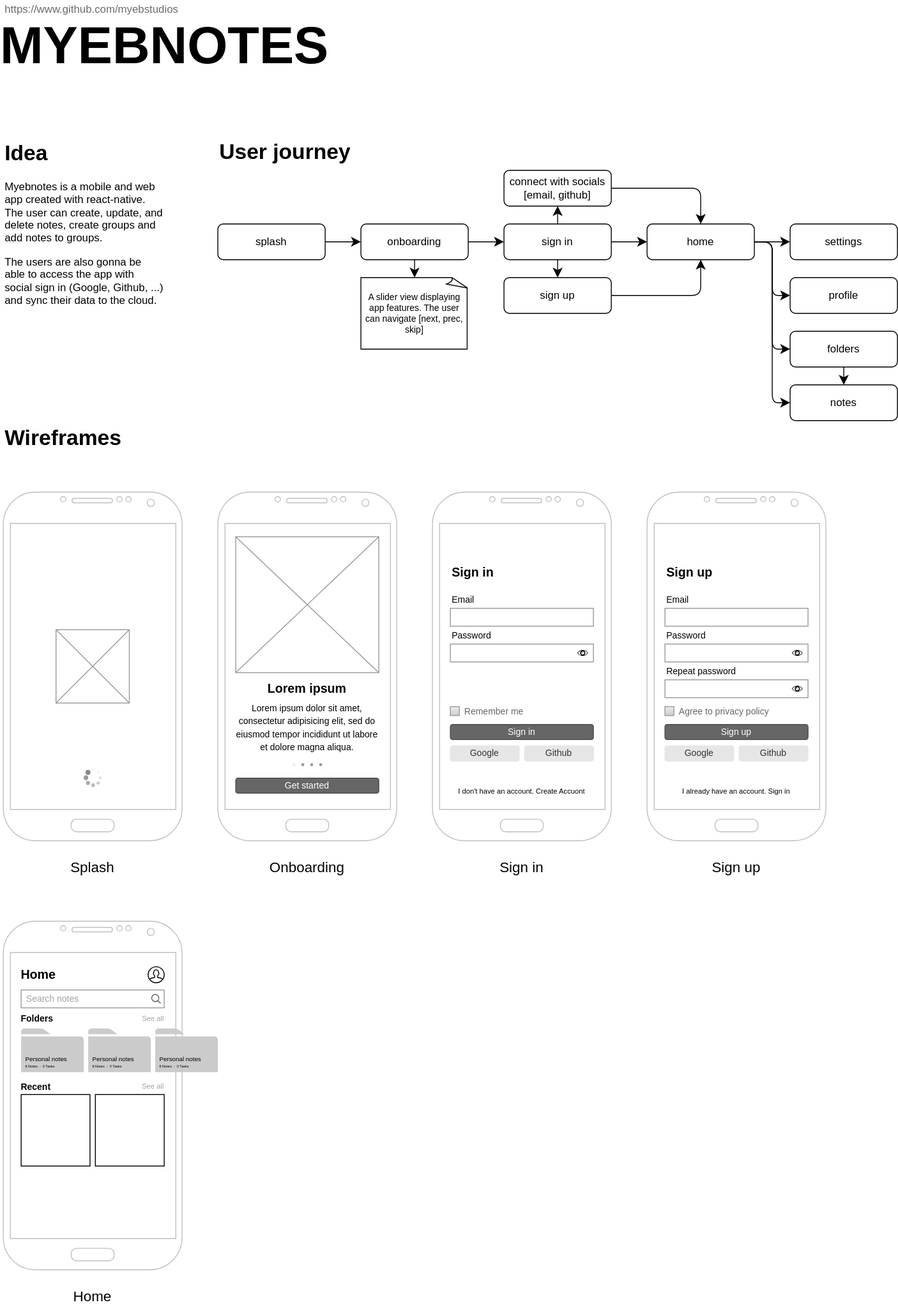
myebstudios/myebnotes keeps this draw.io diagram as docs/diagrams/concept.svg. Above is the earlier version. Source tidied: cells renumbered, new cells last; positions are measured from the earlier drawing's top-left corner, leaving out a move shared by most shapes.
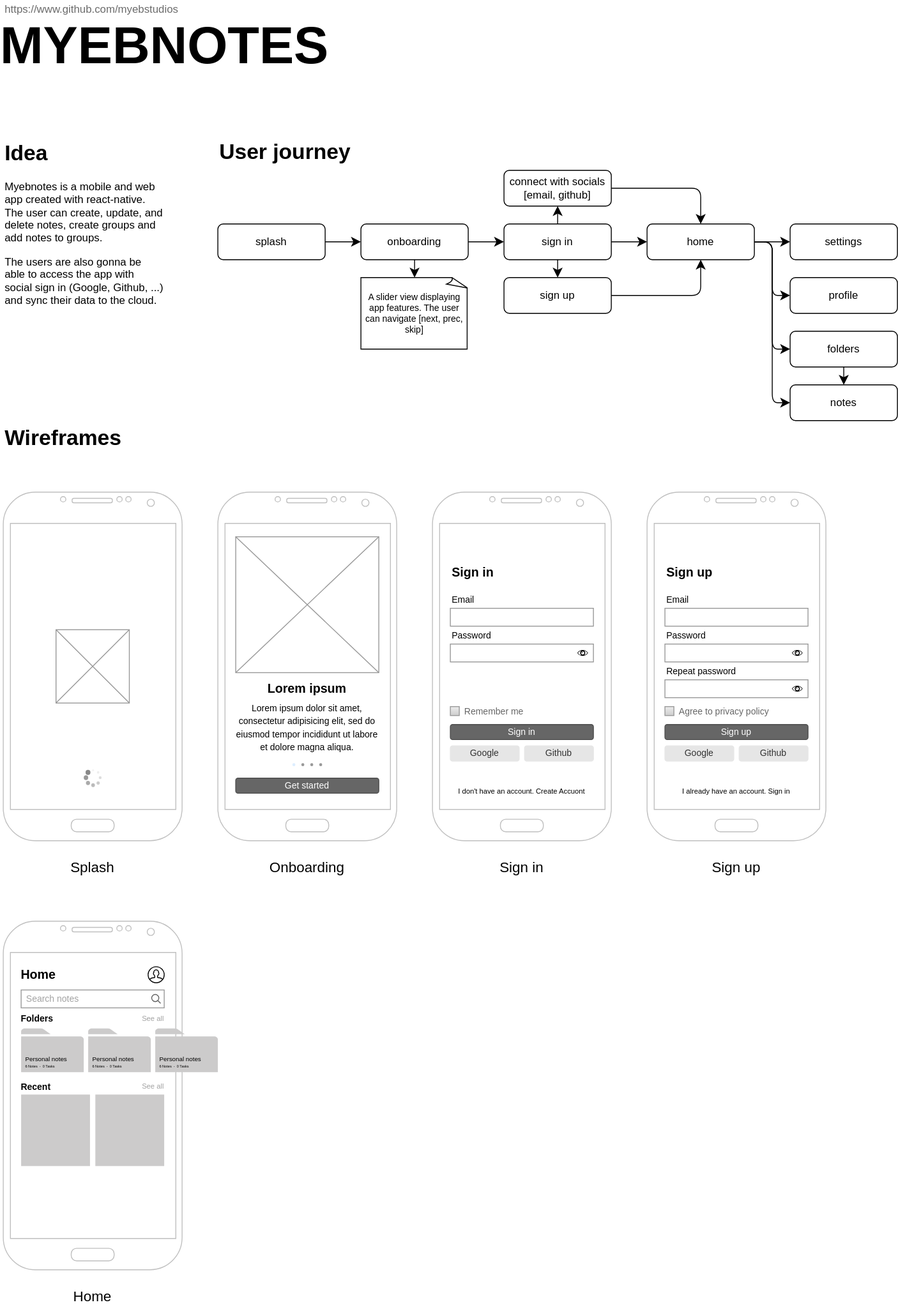
The same file after the commit.

What changed in the source:
```diff
@@ -287,10 +287,10 @@
     <mxCell id="96" value="See all" style="text;html=1;align=right;verticalAlign=middle;whiteSpace=wrap;rounded=0;fontSize=8;fillColor=none;fontColor=#A3A3A3;spacing=0;" parent="94" vertex="1">
       <mxGeometry x="120" width="40" height="10" as="geometry" />
     </mxCell>
-    <mxCell id="97" style="whiteSpace=wrap;html=1;" parent="1" vertex="1">
+    <mxCell id="97" style="whiteSpace=wrap;html=1;strokeColor=none;fillColor=#cccbcb;" parent="1" vertex="1">
       <mxGeometry x="20" y="1224" width="77" height="80" as="geometry" />
     </mxCell>
-    <mxCell id="98" style="whiteSpace=wrap;html=1;" parent="1" vertex="1">
+    <mxCell id="98" style="whiteSpace=wrap;html=1;strokeColor=none;fillColor=#cccbcb;" parent="1" vertex="1">
       <mxGeometry x="103" y="1224" width="77" height="80" as="geometry" />
     </mxCell>
     <mxCell id="99" style="group;" parent="1" vertex="1">
```
